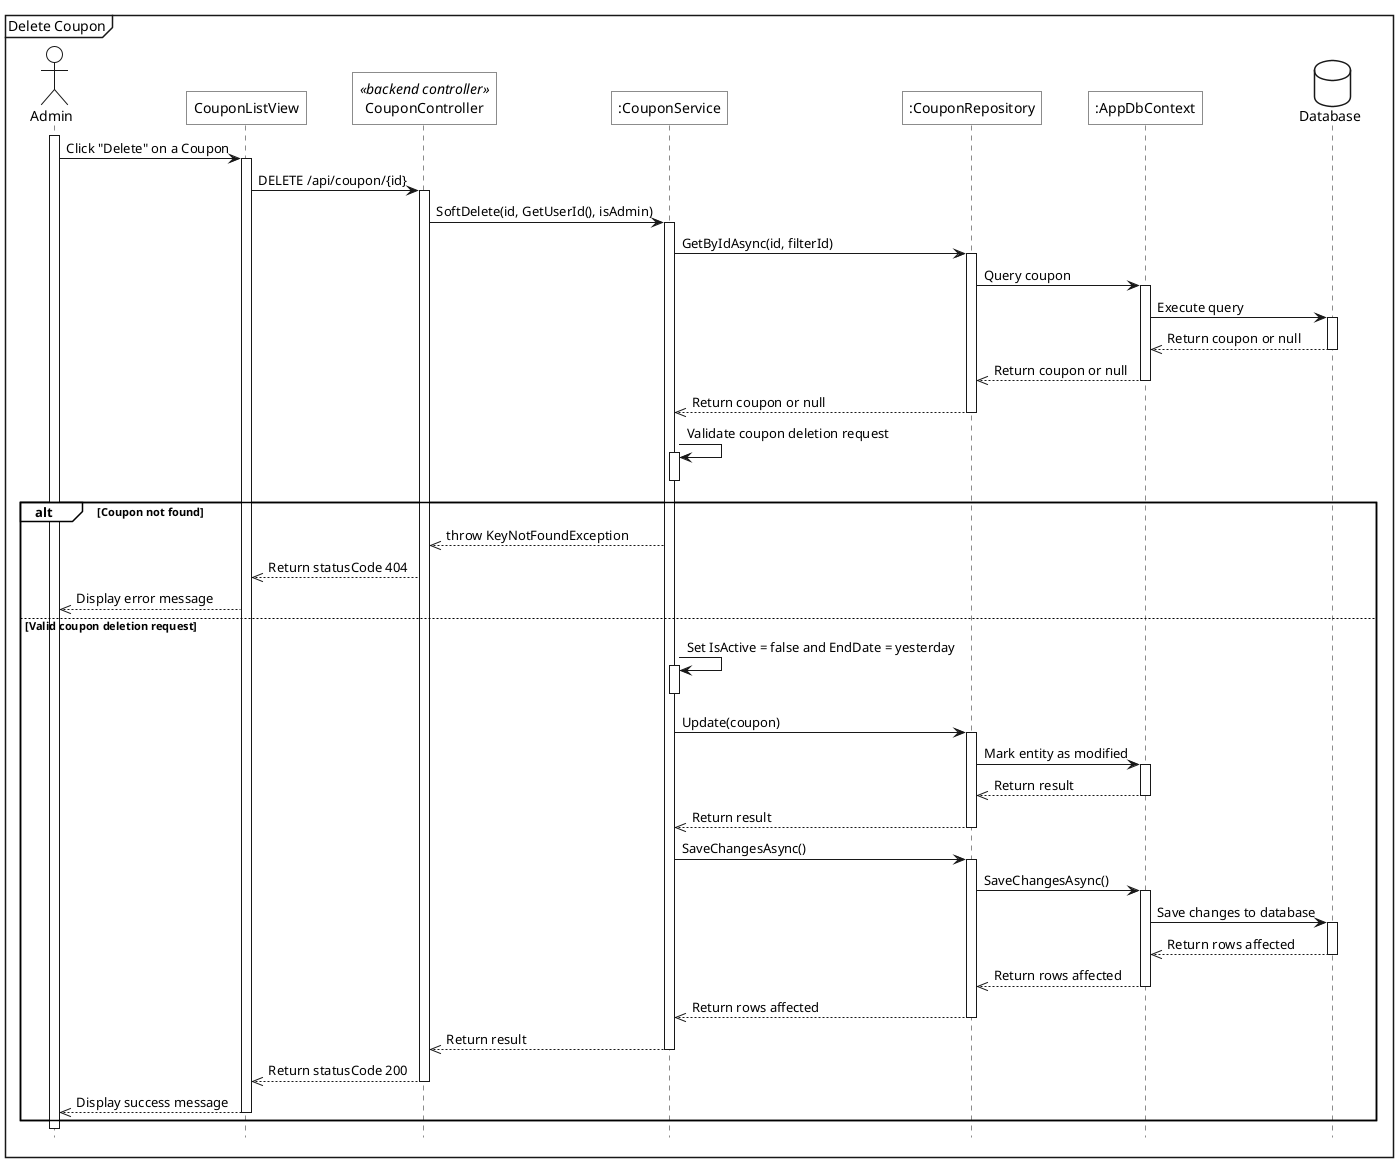
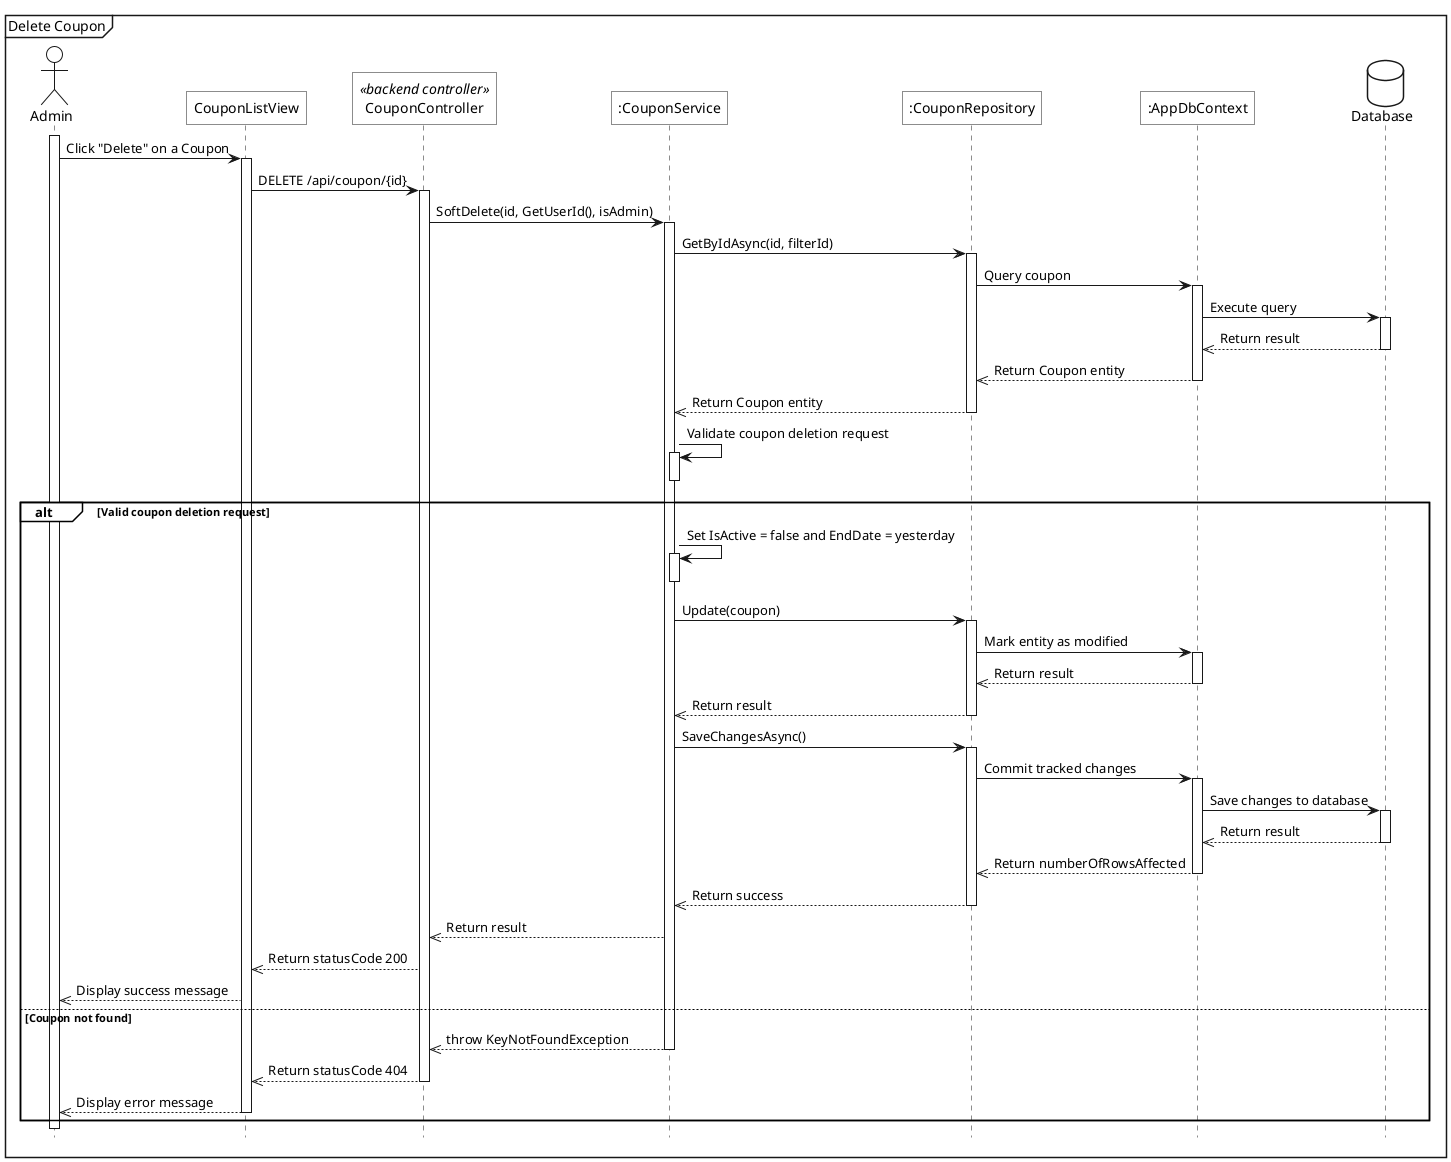
@startuml
<style>
    sequenceDiagram{
        actor{
            BackgroundColor white
            LineThickness 1.0
        }
        participant{
            BackgroundColor white
            RoundCorner 0
        }
        database{
            BackgroundColor white
        }
        groupHeader{
            BackgroundColor white
        }
        referenceHeader{
            BackgroundColor white
        }
        reference{
            BackgroundColor white
        }
    }
</style>

hide footbox

mainframe Delete Coupon

actor Admin as act
participant "CouponListView" as view
participant "CouponController" as be_ctrl <<backend controller>>
participant ":CouponService" as sv
participant ":CouponRepository" as repo
participant ":AppDbContext" as ctx
database Database as db

- act ++
- act -> view++: Click "Delete" on a Coupon
- view -> be_ctrl++: DELETE /api/coupon/{id}
+ act++
+ act->view++: Click "Delete" on a Coupon
+ view->be_ctrl++: DELETE /api/coupon/{id}

- be_ctrl -> sv++: SoftDelete(id, GetUserId(), isAdmin)
+ be_ctrl->sv++: SoftDelete(id, GetUserId(), isAdmin)

- sv -> repo++: GetByIdAsync(id, filterId)
- repo -> ctx++: Query coupon
- ctx -> db++: Execute query
- db -->> ctx--: Return coupon or null
- ctx -->> repo--: Return coupon or null
- repo -->> sv--: Return coupon or null
+ sv->repo++: GetByIdAsync(id, filterId)
+ repo->ctx++: Query coupon
+ ctx->db++: Execute query
+ db-->>ctx--: Return result
+ ctx-->>repo--: Return Coupon entity
+ repo-->>sv--: Return Coupon entity

- sv -> sv++: Validate coupon deletion request
- sv --
+ sv->sv++: Validate coupon deletion request
+ sv--

- alt Coupon not found
-     sv -->> be_ctrl: throw KeyNotFoundException
-     be_ctrl -->> view: Return statusCode 404
-     view -->> act: Display error message
- else Valid coupon deletion request
-     sv -> sv++: Set IsActive = false and EndDate = yesterday
-     sv --
+ alt Valid coupon deletion request
+     sv->sv++: Set IsActive = false and EndDate = yesterday
+     sv--

-     sv -> repo++: Update(coupon)
-     repo -> ctx++: Mark entity as modified
-     ctx -->> repo--: Return result
-     repo -->> sv--: Return result
+     sv->repo++: Update(coupon)
+     repo->ctx++: Mark entity as modified
+     ctx-->>repo--: Return result
+     repo-->>sv--: Return result

-     sv -> repo++: SaveChangesAsync()
-     repo -> ctx++: SaveChangesAsync()
-     ctx -> db++: Save changes to database
-     db -->> ctx--: Return rows affected
-     ctx -->> repo--: Return rows affected
-     repo -->> sv--: Return rows affected
+     sv->repo++: SaveChangesAsync()
+     repo->ctx++: Commit tracked changes
+     ctx->db++: Save changes to database
+     db-->>ctx--: Return result
+     ctx-->>repo--: Return numberOfRowsAffected
+     repo-->>sv--: Return success

-     sv -->> be_ctrl--: Return result
-     be_ctrl -->> view--: Return statusCode 200
-     view -->> act--: Display success message
+     sv-->>be_ctrl: Return result
+     be_ctrl-->>view: Return statusCode 200
+     view-->>act: Display success message
+ else Coupon not found
+     sv-->>be_ctrl--: throw KeyNotFoundException
+     be_ctrl-->>view--: Return statusCode 404
+     view-->>act--: Display error message
end
@enduml
